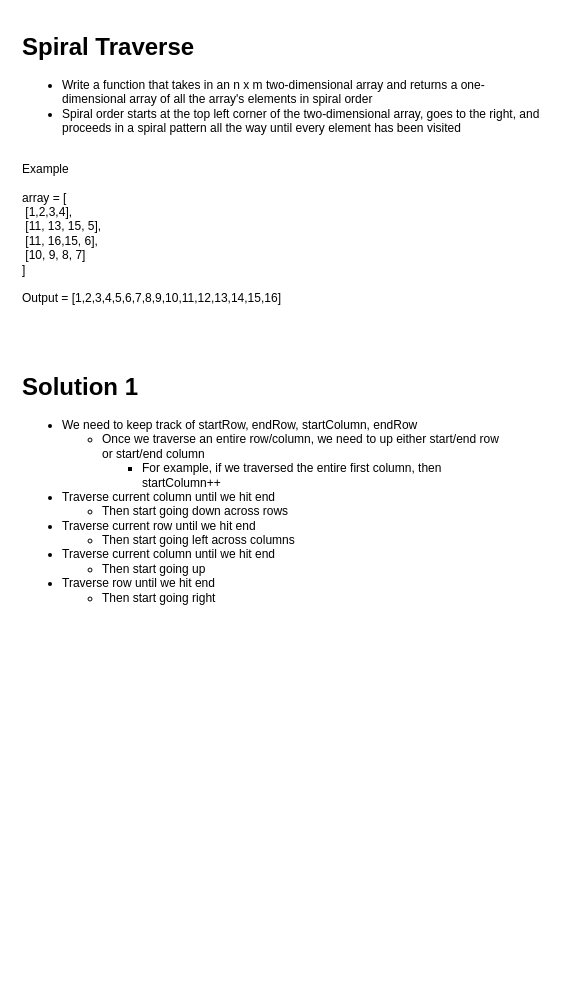
This is src/spiral-traverse.drawio from aj03794/leetcode-problems, a draw.io file, before an edit. Source tidied: cells renumbered, new cells numbered last; positions are measured from the earlier drawing's top-left corner, leaving out a move shared by most shapes. Both pictures are drawn from the tidied source at 100%, with x=0, y=0 at pixel (17, 27).
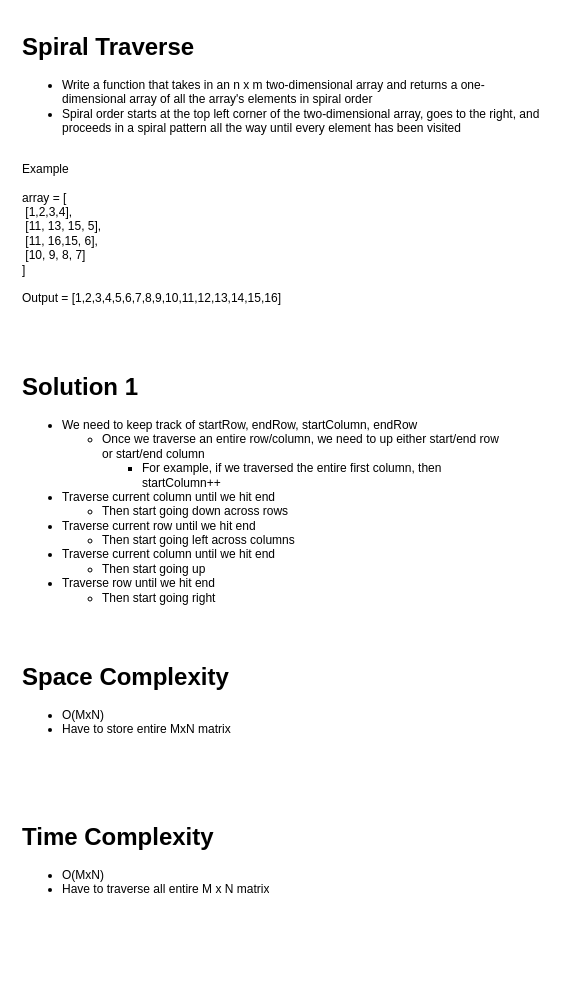
After the change.

What changed in the source:
```diff
@@
 <mxGraphModel>
   <root>
     <mxCell id="0" />
     <mxCell id="1" parent="0" />
     <mxCell id="2" value="&lt;h1&gt;Spiral Traverse&lt;/h1&gt;&lt;p&gt;&lt;/p&gt;&lt;ul&gt;&lt;li&gt;Write a function that takes in an n x m two-dimensional array and returns a one-dimensional array of all the array's elements in spiral order&lt;/li&gt;&lt;li&gt;Spiral order starts at the top left corner of the two-dimensional array, goes to the right, and proceeds in a spiral pattern all the way until every element has been visited&lt;/li&gt;&lt;/ul&gt;&lt;div&gt;&lt;br&gt;&lt;/div&gt;&lt;div&gt;Example&lt;/div&gt;&lt;div&gt;&lt;span style=&quot;background-color: initial;&quot;&gt;&lt;br&gt;&lt;/span&gt;&lt;/div&gt;&lt;div&gt;&lt;span style=&quot;background-color: initial;&quot;&gt;array = [&amp;nbsp;&lt;/span&gt;&lt;/div&gt;&lt;div&gt;&lt;span style=&quot;background-color: initial;&quot;&gt;&lt;span style=&quot;white-space: pre;&quot;&gt; &lt;/span&gt;[1,2,3,4],&lt;/span&gt;&lt;/div&gt;&lt;div&gt;&lt;span style=&quot;background-color: initial;&quot;&gt;&lt;span style=&quot;white-space: pre;&quot;&gt; &lt;/span&gt;[11, 13, 15, 5],&lt;br&gt;&lt;/span&gt;&lt;/div&gt;&lt;div&gt;&lt;span style=&quot;background-color: initial;&quot;&gt;&lt;span style=&quot;white-space: pre;&quot;&gt; &lt;/span&gt;[11, 16,15, 6],&lt;br&gt;&lt;/span&gt;&lt;/div&gt;&lt;div&gt;&lt;span style=&quot;background-color: initial;&quot;&gt;&lt;span style=&quot;white-space: pre;&quot;&gt; &lt;/span&gt;[10, 9, 8, 7]&lt;br&gt;&lt;/span&gt;&lt;/div&gt;&lt;div&gt;]&lt;/div&gt;&lt;div&gt;&lt;br&gt;&lt;/div&gt;&lt;div&gt;Output = [1,2,3,4,5,6,7,8,9,10,11,12,13,14,15,16]&lt;/div&gt;&lt;p&gt;&lt;/p&gt;" style="text;html=1;strokeColor=none;fillColor=none;spacing=5;spacingTop=-20;whiteSpace=wrap;overflow=hidden;rounded=0;" parent="1" vertex="1">
       <mxGeometry width="530" height="310" as="geometry" />
     </mxCell>
     <mxCell id="3" value="&lt;h1&gt;&lt;span style=&quot;background-color: initial;&quot;&gt;Solution 1&lt;/span&gt;&lt;br&gt;&lt;/h1&gt;&lt;div&gt;&lt;ul&gt;&lt;li&gt;We need to keep track of startRow, endRow, startColumn, endRow&lt;/li&gt;&lt;ul&gt;&lt;li&gt;Once we traverse an entire row/column, we need to up either start/end row or start/end column&lt;/li&gt;&lt;ul&gt;&lt;li&gt;For example, if we traversed the entire first column, then startColumn++&lt;/li&gt;&lt;/ul&gt;&lt;/ul&gt;&lt;li&gt;Traverse current column until we hit end&lt;/li&gt;&lt;ul&gt;&lt;li&gt;Then start going down across rows&lt;/li&gt;&lt;/ul&gt;&lt;li&gt;Traverse current row until we hit end&lt;/li&gt;&lt;ul&gt;&lt;li&gt;Then start going left across columns&lt;/li&gt;&lt;/ul&gt;&lt;li&gt;Traverse current column until we hit end&lt;/li&gt;&lt;ul&gt;&lt;li&gt;Then start going up&lt;/li&gt;&lt;/ul&gt;&lt;li&gt;Traverse row until we hit end&lt;/li&gt;&lt;ul&gt;&lt;li&gt;Then start going right&lt;/li&gt;&lt;/ul&gt;&lt;/ul&gt;&lt;/div&gt;" style="text;html=1;strokeColor=none;fillColor=none;spacing=5;spacingTop=-20;whiteSpace=wrap;overflow=hidden;rounded=0;" parent="1" vertex="1">
       <mxGeometry y="340" width="490" height="245" as="geometry" />
     </mxCell>
+    <mxCell id="4" value="&lt;h1&gt;&lt;span style=&quot;background-color: initial;&quot;&gt;Space Complexity&lt;/span&gt;&lt;br&gt;&lt;/h1&gt;&lt;div&gt;&lt;ul&gt;&lt;li&gt;O(MxN)&lt;/li&gt;&lt;li&gt;Have to store entire MxN matrix&lt;/li&gt;&lt;/ul&gt;&lt;/div&gt;" style="text;html=1;strokeColor=none;fillColor=none;spacing=5;spacingTop=-20;whiteSpace=wrap;overflow=hidden;rounded=0;" parent="1" vertex="1">
+      <mxGeometry y="630" width="360" height="150" as="geometry" />
+    </mxCell>
+    <mxCell id="5" value="&lt;h1&gt;&lt;span style=&quot;background-color: initial;&quot;&gt;Time Complexity&lt;/span&gt;&lt;br&gt;&lt;/h1&gt;&lt;div&gt;&lt;ul&gt;&lt;li&gt;O(MxN)&lt;/li&gt;&lt;li&gt;Have to traverse all entire M x N matrix&lt;/li&gt;&lt;/ul&gt;&lt;/div&gt;" style="text;html=1;strokeColor=none;fillColor=none;spacing=5;spacingTop=-20;whiteSpace=wrap;overflow=hidden;rounded=0;" parent="1" vertex="1">
+      <mxGeometry y="790" width="360" height="150" as="geometry" />
+    </mxCell>
   </root>
 </mxGraphModel>
```
